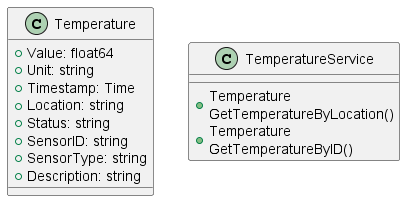
bugurshik/warmhouse_practicum keeps this PlantUML diagram as diagrams/classes/temperature_classes.png. Above is the earlier version.
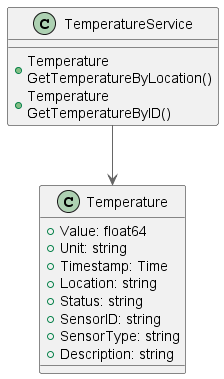
Later version of the same file.

What changed in the source:
```diff
@@ -17,4 +17,6 @@
 	+Temperature GetTemperatureByID()
 }
 
+TemperatureService --> Temperature
+
 @enduml
```
